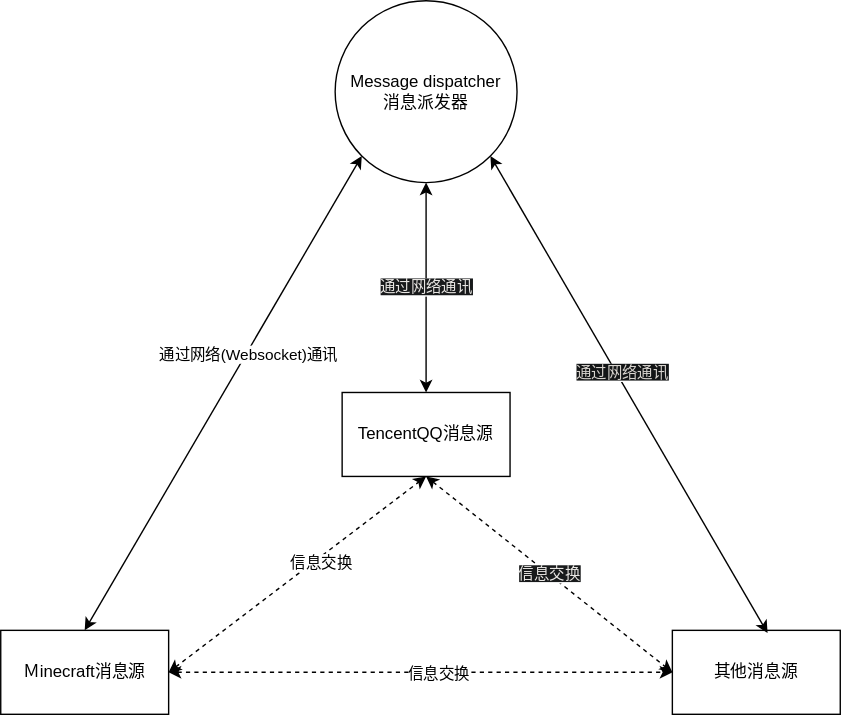
Earlier version of the draw.io export message-forwarding/architecture.svg (Itsusinn/draw-io). Source tidied: cells renumbered, new cells last; positions are measured from the earlier drawing's top-left corner, leaving out a move shared by most shapes. Source of this version:
```xml
<mxGraphModel>
  <root>
    <mxCell id="0" />
    <mxCell id="1" parent="0" />
    <mxCell id="2" value="Message dispatcher&lt;br&gt;消息派发器" style="ellipse;whiteSpace=wrap;html=1;" parent="1" vertex="1">
      <mxGeometry x="239" width="130" height="130" as="geometry" />
    </mxCell>
    <mxCell id="3" value="Ｍinecraft消息源" style="rounded=0;whiteSpace=wrap;html=1;" parent="1" vertex="1">
      <mxGeometry y="450" width="120" height="60" as="geometry" />
    </mxCell>
    <mxCell id="4" value="TencentQQ消息源" style="rounded=0;whiteSpace=wrap;html=1;" parent="1" vertex="1">
      <mxGeometry x="244" y="280" width="120" height="60" as="geometry" />
    </mxCell>
    <mxCell id="5" value="其他消息源" style="rounded=0;whiteSpace=wrap;html=1;" parent="1" vertex="1">
      <mxGeometry x="480" y="450" width="120" height="60" as="geometry" />
    </mxCell>
    <mxCell id="6" style="endArrow=classic;startArrow=classic;html=1;exitX=0.5;exitY=0;exitDx=0;exitDy=0;entryX=0;entryY=1;entryDx=0;entryDy=0;" parent="1" edge="1" source="3" target="2">
      <mxGeometry relative="1" as="geometry" />
    </mxCell>
    <mxCell id="7" value="通过网络(Websocket)通讯" style="edgeLabel;html=1;align=center;verticalAlign=middle;" parent="6" vertex="1">
      <mxGeometry x="0.17" relative="1" as="geometry">
        <mxPoint x="1" as="offset" />
      </mxGeometry>
    </mxCell>
    <mxCell id="8" value="&lt;span style=&quot;color: rgb(232 , 230 , 227) ; font-family: &amp;#34;helvetica&amp;#34; ; font-size: 11px ; font-style: normal ; font-weight: 400 ; letter-spacing: normal ; text-align: center ; text-indent: 0px ; text-transform: none ; word-spacing: 0px ; background-color: rgb(24 , 26 , 27) ; display: inline ; float: none&quot;&gt;通过网络通讯&lt;/span&gt;" style="endArrow=classic;startArrow=classic;html=1;exitX=0.5;exitY=0;exitDx=0;exitDy=0;entryX=0.5;entryY=1;entryDx=0;entryDy=0;" parent="1" edge="1" source="4" target="2">
      <mxGeometry relative="1" as="geometry" />
    </mxCell>
    <mxCell id="9" style="endArrow=classic;startArrow=classic;html=1;exitX=0.567;exitY=0.033;exitDx=0;exitDy=0;exitPerimeter=0;entryX=1;entryY=1;entryDx=0;entryDy=0;" parent="1" edge="1" source="5" target="2">
      <mxGeometry relative="1" as="geometry" />
    </mxCell>
    <mxCell id="10" value="&lt;span style=&quot;color: rgba(0 , 0 , 0 , 0) ; font-family: monospace ; font-size: 0px ; background-color: rgb(27 , 30 , 31)&quot;&gt;%3CmxGraphModel%3E%3Croot%3E%3CmxCell%20id%3D%220%22%2F%3E%3CmxCell%20id%3D%221%22%20parent%3D%220%22%2F%3E%3CmxCell%20id%3D%222%22%20value%3D%22%E9%80%9A%E8%BF%87%E7%BD%91%E7%BB%9C(Websocket)%E9%80%9A%E8%AE%AF%22%20style%3D%22edgeLabel%3Bhtml%3D1%3Balign%3Dcenter%3BverticalAlign%3Dmiddle%3Bresizable%3D0%3Bpoints%3D%5B%5D%3B%22%20vertex%3D%221%22%20connectable%3D%220%22%20parent%3D%221%22%3E%3CmxGeometry%20x%3D%22252.3823760266846%22%20y%3D%22211.88882317272078%22%20as%3D%22geometry%22%2F%3E%3C%2FmxCell%3E%3C%2Froot%3E%3C%2FmxGraphModel%3E&lt;/span&gt;" style="edgeLabel;html=1;align=center;verticalAlign=middle;" parent="9" vertex="1">
      <mxGeometry x="0.2" y="-4" relative="1" as="geometry" />
    </mxCell>
    <mxCell id="11" value="&lt;span style=&quot;color: rgb(216 , 212 , 207) ; font-family: &amp;#34;helvetica&amp;#34; ; background-color: rgb(19 , 21 , 22)&quot;&gt;通过网络通讯&lt;/span&gt;" style="edgeLabel;html=1;align=center;verticalAlign=middle;" parent="9" vertex="1">
      <mxGeometry x="0.08" y="-3" relative="1" as="geometry" />
    </mxCell>
    <mxCell id="12" style="endArrow=classic;startArrow=classic;html=1;exitX=1;exitY=0.5;exitDx=0;exitDy=0;entryX=0;entryY=0.5;entryDx=0;entryDy=0;rounded=1;shadow=0;dashed=1;sketch=0;" parent="1" edge="1" source="3" target="5">
      <mxGeometry relative="1" as="geometry" />
    </mxCell>
    <mxCell id="13" value="信息交换" style="edgeLabel;html=1;align=center;verticalAlign=middle;" parent="12" vertex="1">
      <mxGeometry x="0.07" relative="1" as="geometry" />
    </mxCell>
    <mxCell id="14" style="endArrow=classic;startArrow=classic;html=1;rounded=1;shadow=0;dashed=1;sketch=0;entryX=0.5;entryY=1;entryDx=0;entryDy=0;exitX=1;exitY=0.5;exitDx=0;exitDy=0;" parent="1" edge="1" source="3" target="4">
      <mxGeometry relative="1" as="geometry" />
    </mxCell>
    <mxCell id="15" value="信息交换" style="edgeLabel;html=1;align=center;verticalAlign=middle;" parent="14" vertex="1">
      <mxGeometry x="0.16" y="-3" relative="1" as="geometry" />
    </mxCell>
    <mxCell id="16" value="&lt;meta charset=&quot;utf-8&quot;&gt;&lt;span style=&quot;color: rgb(232, 230, 227); font-family: helvetica; font-size: 11px; font-style: normal; font-weight: 400; letter-spacing: normal; text-align: center; text-indent: 0px; text-transform: none; word-spacing: 0px; background-color: rgb(24, 26, 27); display: inline; float: none;&quot;&gt;信息交换&lt;/span&gt;" style="endArrow=classic;startArrow=classic;html=1;exitX=0.5;exitY=1;exitDx=0;exitDy=0;rounded=1;shadow=0;dashed=1;sketch=0;entryX=0;entryY=0.5;entryDx=0;entryDy=0;" parent="1" edge="1" source="4" target="5">
      <mxGeometry relative="1" as="geometry" />
    </mxCell>
  </root>
</mxGraphModel>
```
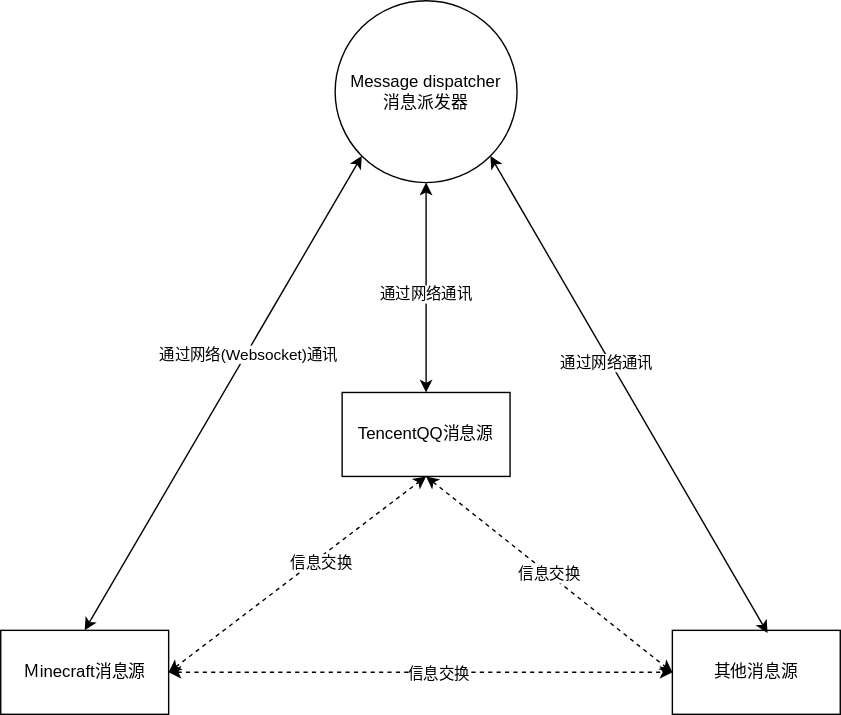
After the change.

Change to the diagram source:
```diff
@@ -22,8 +22,8 @@
         <mxPoint x="1" as="offset" />
       </mxGeometry>
     </mxCell>
-    <mxCell id="8" value="&lt;span style=&quot;color: rgb(232 , 230 , 227) ; font-family: &amp;#34;helvetica&amp;#34; ; font-size: 11px ; font-style: normal ; font-weight: 400 ; letter-spacing: normal ; text-align: center ; text-indent: 0px ; text-transform: none ; word-spacing: 0px ; background-color: rgb(24 , 26 , 27) ; display: inline ; float: none&quot;&gt;通过网络通讯&lt;/span&gt;" style="endArrow=classic;startArrow=classic;html=1;exitX=0.5;exitY=0;exitDx=0;exitDy=0;entryX=0.5;entryY=1;entryDx=0;entryDy=0;" parent="1" edge="1" source="4" target="2">
-      <mxGeometry relative="1" as="geometry" />
+    <mxCell id="8" value="通过网络通讯" style="endArrow=classic;startArrow=classic;html=1;exitX=0.5;exitY=0;exitDx=0;exitDy=0;entryX=0.5;entryY=1;entryDx=0;entryDy=0;" parent="1" edge="1" source="4" target="2">
+      <mxGeometry x="-0.07" relative="1" as="geometry" />
     </mxCell>
     <mxCell id="9" style="endArrow=classic;startArrow=classic;html=1;exitX=0.567;exitY=0.033;exitDx=0;exitDy=0;exitPerimeter=0;entryX=1;entryY=1;entryDx=0;entryDy=0;" parent="1" edge="1" source="5" target="2">
       <mxGeometry relative="1" as="geometry" />
@@ -31,9 +31,12 @@
     <mxCell id="10" value="&lt;span style=&quot;color: rgba(0 , 0 , 0 , 0) ; font-family: monospace ; font-size: 0px ; background-color: rgb(27 , 30 , 31)&quot;&gt;%3CmxGraphModel%3E%3Croot%3E%3CmxCell%20id%3D%220%22%2F%3E%3CmxCell%20id%3D%221%22%20parent%3D%220%22%2F%3E%3CmxCell%20id%3D%222%22%20value%3D%22%E9%80%9A%E8%BF%87%E7%BD%91%E7%BB%9C(Websocket)%E9%80%9A%E8%AE%AF%22%20style%3D%22edgeLabel%3Bhtml%3D1%3Balign%3Dcenter%3BverticalAlign%3Dmiddle%3Bresizable%3D0%3Bpoints%3D%5B%5D%3B%22%20vertex%3D%221%22%20connectable%3D%220%22%20parent%3D%221%22%3E%3CmxGeometry%20x%3D%22252.3823760266846%22%20y%3D%22211.88882317272078%22%20as%3D%22geometry%22%2F%3E%3C%2FmxCell%3E%3C%2Froot%3E%3C%2FmxGraphModel%3E&lt;/span&gt;" style="edgeLabel;html=1;align=center;verticalAlign=middle;" parent="9" vertex="1">
       <mxGeometry x="0.2" y="-4" relative="1" as="geometry" />
     </mxCell>
-    <mxCell id="11" value="&lt;span style=&quot;color: rgb(216 , 212 , 207) ; font-family: &amp;#34;helvetica&amp;#34; ; background-color: rgb(19 , 21 , 22)&quot;&gt;通过网络通讯&lt;/span&gt;" style="edgeLabel;html=1;align=center;verticalAlign=middle;" parent="9" vertex="1">
+    <mxCell id="11" value="&lt;span style=&quot;font-family: helvetica; background-color: rgb(19, 21, 22);&quot;&gt;通过网络通讯&lt;/span&gt;" style="edgeLabel;html=1;align=center;verticalAlign=middle;noLabel=1;fontColor=none;" parent="9" vertex="1">
       <mxGeometry x="0.08" y="-3" relative="1" as="geometry" />
     </mxCell>
+    <mxCell id="17" value="通过网络通讯" style="edgeLabel;html=1;align=center;verticalAlign=middle;fontColor=none;" parent="9" vertex="1">
+      <mxGeometry x="0.14" y="3" relative="1" as="geometry" />
+    </mxCell>
     <mxCell id="12" style="endArrow=classic;startArrow=classic;html=1;exitX=1;exitY=0.5;exitDx=0;exitDy=0;entryX=0;entryY=0.5;entryDx=0;entryDy=0;rounded=1;shadow=0;dashed=1;sketch=0;" parent="1" edge="1" source="3" target="5">
       <mxGeometry relative="1" as="geometry" />
     </mxCell>
@@ -46,7 +49,7 @@
     <mxCell id="15" value="信息交换" style="edgeLabel;html=1;align=center;verticalAlign=middle;" parent="14" vertex="1">
       <mxGeometry x="0.16" y="-3" relative="1" as="geometry" />
     </mxCell>
-    <mxCell id="16" value="&lt;meta charset=&quot;utf-8&quot;&gt;&lt;span style=&quot;color: rgb(232, 230, 227); font-family: helvetica; font-size: 11px; font-style: normal; font-weight: 400; letter-spacing: normal; text-align: center; text-indent: 0px; text-transform: none; word-spacing: 0px; background-color: rgb(24, 26, 27); display: inline; float: none;&quot;&gt;信息交换&lt;/span&gt;" style="endArrow=classic;startArrow=classic;html=1;exitX=0.5;exitY=1;exitDx=0;exitDy=0;rounded=1;shadow=0;dashed=1;sketch=0;entryX=0;entryY=0.5;entryDx=0;entryDy=0;" parent="1" edge="1" source="4" target="5">
+    <mxCell id="16" value="信息交换" style="endArrow=classic;startArrow=classic;html=1;exitX=0.5;exitY=1;exitDx=0;exitDy=0;rounded=1;shadow=0;dashed=1;sketch=0;entryX=0;entryY=0.5;entryDx=0;entryDy=0;" parent="1" edge="1" source="4" target="5">
       <mxGeometry relative="1" as="geometry" />
     </mxCell>
   </root>
```
